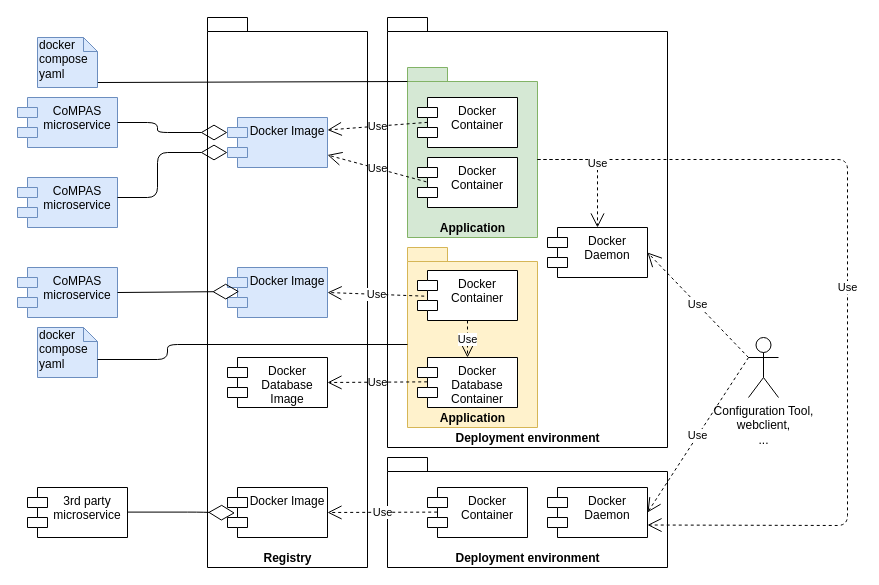
The draw.io diagram page "deploy" (5 of 5) of blob-files/CoMPAS.drawio in com-pas/compas-architecture, before the edit. Source tidied: cells renumbered, new cells numbered last; positions are measured from the earlier drawing's top-left corner, leaving out a move shared by most shapes. Both pictures are drawn from the tidied source at 100%, with x=0, y=0 at pixel (17, 17).
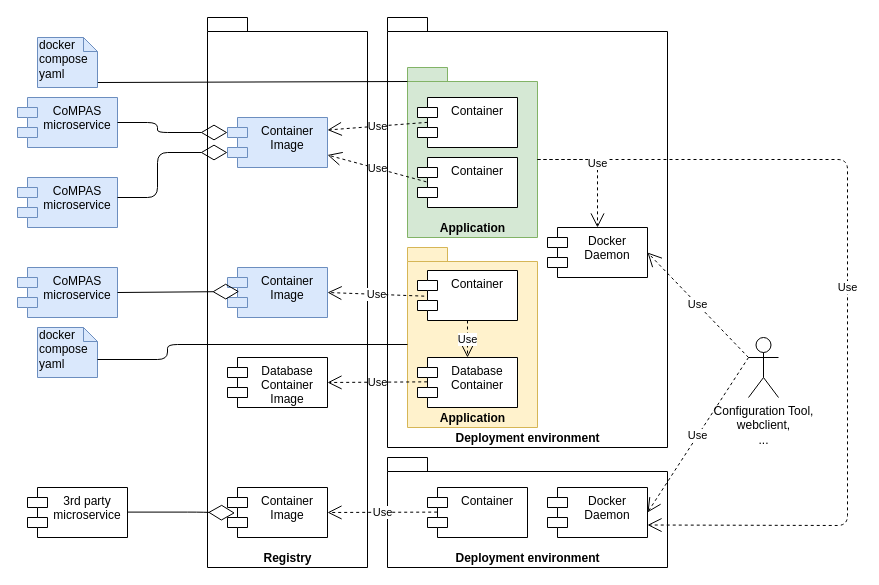
Above is the later version.

Diff of the diagram source:
```diff
@@
-    <mxCell id="10" value="Docker Image" style="shape=module;align=left;spacingLeft=20;align=center;verticalAlign=top;fillColor=#dae8fc;strokeColor=#6c8ebf;" parent="1" vertex="1">
+    <mxCell id="10" value="Container&#10;Image" style="shape=module;align=left;spacingLeft=20;align=center;verticalAlign=top;fillColor=#dae8fc;strokeColor=#6c8ebf;" parent="1" vertex="1">
       <mxGeometry x="210" y="100" width="100" height="50" as="geometry" />
     </mxCell>
-    <mxCell id="11" value="Docker Image" style="shape=module;align=left;spacingLeft=20;align=center;verticalAlign=top;fillColor=#dae8fc;strokeColor=#6c8ebf;" parent="1" vertex="1">
+    <mxCell id="11" value="Container&#10;Image" style="shape=module;align=left;spacingLeft=20;align=center;verticalAlign=top;fillColor=#dae8fc;strokeColor=#6c8ebf;" parent="1" vertex="1">
       <mxGeometry x="210" y="250" width="100" height="50" as="geometry" />
     </mxCell>
@@
-    <mxCell id="13" value="Docker Image" style="shape=module;align=left;spacingLeft=20;align=center;verticalAlign=top;" parent="1" vertex="1">
+    <mxCell id="13" value="Container&#10;Image" style="shape=module;align=left;spacingLeft=20;align=center;verticalAlign=top;" parent="1" vertex="1">
       <mxGeometry x="210" y="470" width="100" height="50" as="geometry" />
     </mxCell>
@@
-    <mxCell id="16" value="Docker&#10;Container" style="shape=module;align=left;spacingLeft=20;align=center;verticalAlign=top;" parent="1" vertex="1">
+    <mxCell id="16" value="Container" style="shape=module;align=left;spacingLeft=20;align=center;verticalAlign=top;" parent="1" vertex="1">
       <mxGeometry x="400" y="253" width="100" height="50" as="geometry" />
     </mxCell>
-    <mxCell id="17" value="Docker&#10;Container" style="shape=module;align=left;spacingLeft=20;align=center;verticalAlign=top;" parent="1" vertex="1">
+    <mxCell id="17" value="Container" style="shape=module;align=left;spacingLeft=20;align=center;verticalAlign=top;" parent="1" vertex="1">
       <mxGeometry x="400" y="80" width="100" height="50" as="geometry" />
     </mxCell>
-    <mxCell id="18" value="Docker&#10;Container" style="shape=module;align=left;spacingLeft=20;align=center;verticalAlign=top;" parent="1" vertex="1">
+    <mxCell id="18" value="Container" style="shape=module;align=left;spacingLeft=20;align=center;verticalAlign=top;" parent="1" vertex="1">
       <mxGeometry x="410" y="470" width="100" height="50" as="geometry" />
     </mxCell>
-    <mxCell id="19" value="Docker&#10;Container" style="shape=module;align=left;spacingLeft=20;align=center;verticalAlign=top;" parent="1" vertex="1">
+    <mxCell id="19" value="Container" style="shape=module;align=left;spacingLeft=20;align=center;verticalAlign=top;" parent="1" vertex="1">
       <mxGeometry x="400" y="140" width="100" height="50" as="geometry" />
     </mxCell>
@@
-    <mxCell id="23" value="Docker&#10;Database&#10;Image" style="shape=module;align=left;spacingLeft=20;align=center;verticalAlign=top;" parent="1" vertex="1">
+    <mxCell id="23" value="Database&#10;Container&#10;Image" style="shape=module;align=left;spacingLeft=20;align=center;verticalAlign=top;" parent="1" vertex="1">
       <mxGeometry x="210" y="340" width="100" height="50" as="geometry" />
     </mxCell>
-    <mxCell id="24" value="Docker&#10;Database&#10;Container" style="shape=module;align=left;spacingLeft=20;align=center;verticalAlign=top;" parent="1" vertex="1">
+    <mxCell id="24" value="Database&#10;Container" style="shape=module;align=left;spacingLeft=20;align=center;verticalAlign=top;" parent="1" vertex="1">
       <mxGeometry x="400" y="340" width="100" height="50" as="geometry" />
     </mxCell>
```
